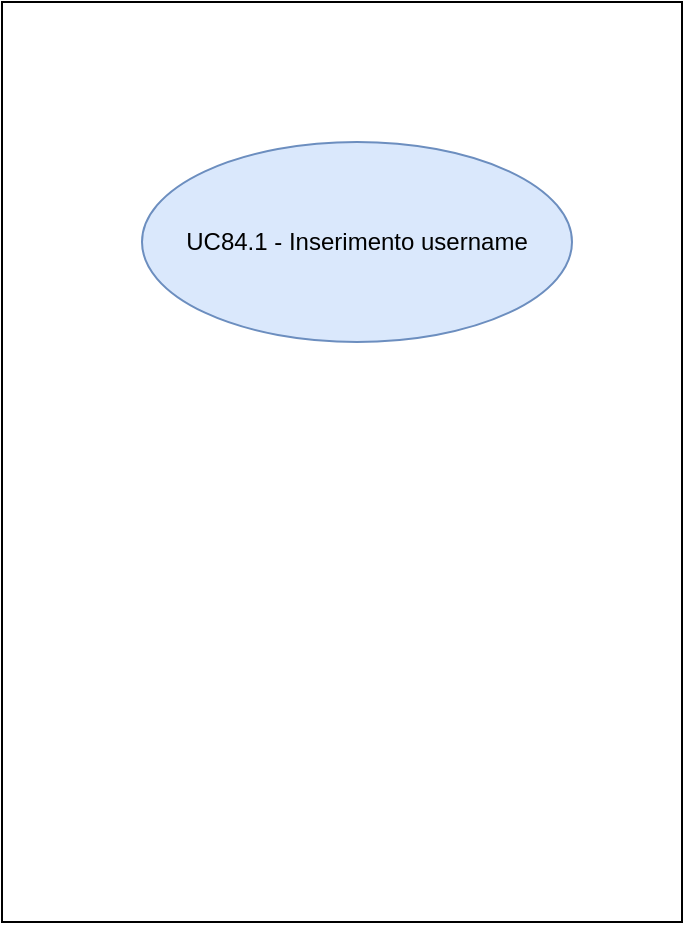
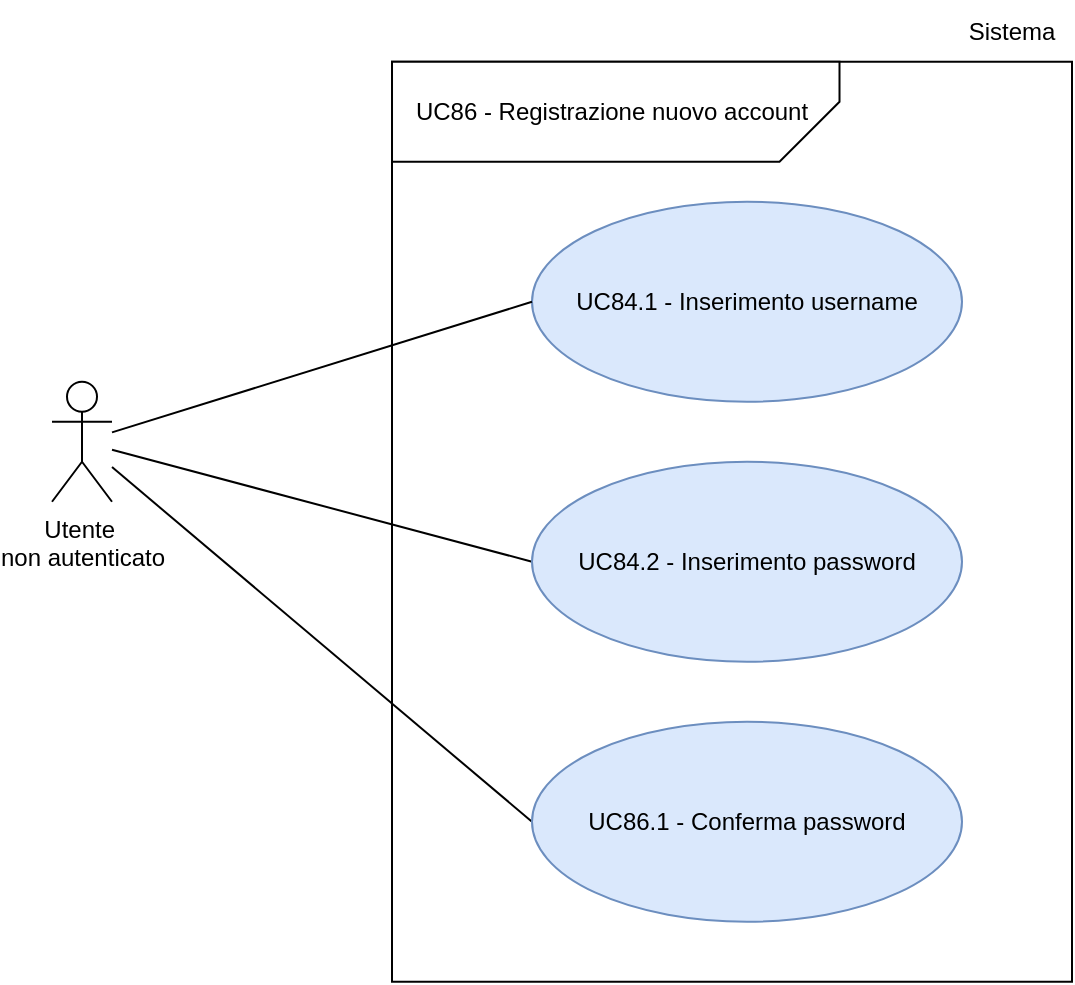
- <mxfile host="Electron" agent="Mozilla/5.0 (Macintosh; Intel Mac OS X 10_15_7) AppleWebKit/537.36 (KHTML, like Gecko) draw.io/29.6.6 Chrome/144.0.7559.236 Electron/40.8.4 Safari/537.36" version="29.6.6">
-   <diagram name="Page-1" id="4xtho81ADt9NAkVEL4nd">
-     <mxGraphModel dx="976" dy="656" grid="1" gridSize="10" guides="1" tooltips="1" connect="1" arrows="1" fold="1" page="1" pageScale="1" pageWidth="850" pageHeight="1100" math="0" shadow="0">
+ <mxfile host="app.diagrams.net">
+   <diagram name="Page-1" id="S9Sk4aXiUNMs9s_fJHhJ">
+     <mxGraphModel dx="1912" dy="1118" grid="1" gridSize="10" guides="1" tooltips="1" connect="1" arrows="1" fold="1" page="1" pageScale="1" pageWidth="850" pageHeight="1100" math="0" shadow="0">
      <root>
        <mxCell id="0" />
        <mxCell id="1" parent="0" />
-         <mxCell id="StCBPmpuHo7DJ7ayqhCM-1" parent="1" style="rounded=0;whiteSpace=wrap;html=1;" value="" vertex="1">
-           <mxGeometry height="460" width="340" x="310" y="180" as="geometry" />
+         <mxCell id="B4opXix7NniQV_eAezjW-1" parent="1" style="rounded=0;whiteSpace=wrap;html=1;" value="" vertex="1">
+           <mxGeometry height="460" width="340" x="330" y="266.87" as="geometry" />
        </mxCell>
-         <mxCell id="StCBPmpuHo7DJ7ayqhCM-2" parent="1" style="ellipse;whiteSpace=wrap;html=1;fillColor=#dae8fc;strokeColor=#6c8ebf;" value="UC84.1 - Inserimento username" vertex="1">
-           <mxGeometry height="100" width="215" x="380" y="250" as="geometry" />
+         <mxCell id="B4opXix7NniQV_eAezjW-2" parent="1" style="ellipse;whiteSpace=wrap;html=1;fillColor=#dae8fc;strokeColor=#6c8ebf;" value="UC84.1 - Inserimento username" vertex="1">
+           <mxGeometry height="100" width="215" x="400" y="336.87" as="geometry" />
        </mxCell>
-         <mxCell id="StCBPmpuHo7DJ7ayqhCM-4" edge="1" parent="1" source="StCBPmpuHo7DJ7ayqhCM-3" style="rounded=0;orthogonalLoop=1;jettySize=auto;html=1;endArrow=none;endFill=0;entryX=0;entryY=0.5;entryDx=0;entryDy=0;" target="StCBPmpuHo7DJ7ayqhCM-2">
+         <mxCell id="B4opXix7NniQV_eAezjW-3" edge="1" parent="1" source="B4opXix7NniQV_eAezjW-6" style="rounded=0;orthogonalLoop=1;jettySize=auto;html=1;endArrow=none;endFill=0;entryX=0;entryY=0.5;entryDx=0;entryDy=0;" target="B4opXix7NniQV_eAezjW-2">
          <mxGeometry relative="1" as="geometry" />
        </mxCell>
-         <mxCell id="jaEmoDdwr42s-Wh7kGPf-13" edge="1" parent="1" source="StCBPmpuHo7DJ7ayqhCM-3" style="rounded=0;orthogonalLoop=1;jettySize=auto;html=1;entryX=0;entryY=0.5;entryDx=0;entryDy=0;endArrow=none;endFill=0;" target="jaEmoDdwr42s-Wh7kGPf-11">
+         <mxCell id="B4opXix7NniQV_eAezjW-4" edge="1" parent="1" source="B4opXix7NniQV_eAezjW-6" style="rounded=0;orthogonalLoop=1;jettySize=auto;html=1;entryX=0;entryY=0.5;entryDx=0;entryDy=0;endArrow=none;endFill=0;" target="B4opXix7NniQV_eAezjW-10">
          <mxGeometry relative="1" as="geometry" />
        </mxCell>
-         <mxCell id="ssOFu9crJtmsMcYIbcvY-2" edge="1" parent="1" source="StCBPmpuHo7DJ7ayqhCM-3" style="rounded=0;orthogonalLoop=1;jettySize=auto;html=1;entryX=0;entryY=0.5;entryDx=0;entryDy=0;endArrow=none;endFill=0;" target="ssOFu9crJtmsMcYIbcvY-1">
+         <mxCell id="B4opXix7NniQV_eAezjW-5" edge="1" parent="1" source="B4opXix7NniQV_eAezjW-6" style="rounded=0;orthogonalLoop=1;jettySize=auto;html=1;entryX=0;entryY=0.5;entryDx=0;entryDy=0;endArrow=none;endFill=0;" target="B4opXix7NniQV_eAezjW-11">
          <mxGeometry relative="1" as="geometry" />
        </mxCell>
- <<<<<<< HEAD
-         <mxCell id="StCBPmpuHo7DJ7ayqhCM-3" parent="1" style="shape=umlActor;verticalLabelPosition=bottom;verticalAlign=top;html=1;outlineConnect=0;" value="Utente&amp;nbsp;&lt;div&gt;non riconosciuto&lt;/div&gt;" vertex="1">
- =======
-         <mxCell id="StCBPmpuHo7DJ7ayqhCM-3" parent="1" style="shape=umlActor;verticalLabelPosition=bottom;verticalAlign=top;html=1;outlineConnect=0;" value="Utente&amp;nbsp;&lt;div&gt;non autenticato&lt;/div&gt;" vertex="1">
- >>>>>>> origin/main
-           <mxGeometry height="60" width="30" x="140" y="340" as="geometry" />
+         <mxCell id="B4opXix7NniQV_eAezjW-6" parent="1" style="shape=umlActor;verticalLabelPosition=bottom;verticalAlign=top;html=1;outlineConnect=0;" value="Utente&amp;nbsp;&lt;div&gt;non autenticato&lt;/div&gt;" vertex="1">
+           <mxGeometry height="60" width="30" x="160" y="426.87" as="geometry" />
        </mxCell>
-         <mxCell id="StCBPmpuHo7DJ7ayqhCM-5" parent="1" style="text;html=1;whiteSpace=wrap;strokeColor=none;fillColor=none;align=center;verticalAlign=middle;rounded=0;" value="Sistema" vertex="1">
-           <mxGeometry height="30" width="60" x="590" y="150" as="geometry" />
+         <mxCell id="B4opXix7NniQV_eAezjW-7" parent="1" style="text;html=1;whiteSpace=wrap;strokeColor=none;fillColor=none;align=center;verticalAlign=middle;rounded=0;" value="Sistema" vertex="1">
+           <mxGeometry height="30" width="60" x="610" y="236.87" as="geometry" />
        </mxCell>
-         <mxCell id="jaEmoDdwr42s-Wh7kGPf-9" parent="1" style="shape=card;whiteSpace=wrap;html=1;rotation=-90;flipH=0;legacyAnchorPoints=0;flipV=1;" value="" vertex="1">
-           <mxGeometry height="223.75" width="50" x="396.88" y="93.13" as="geometry" />
+         <mxCell id="B4opXix7NniQV_eAezjW-8" parent="1" style="shape=card;whiteSpace=wrap;html=1;rotation=-90;flipH=0;legacyAnchorPoints=0;flipV=1;" value="" vertex="1">
+           <mxGeometry height="223.75" width="50" x="416.88" y="180" as="geometry" />
        </mxCell>
-         <mxCell id="jaEmoDdwr42s-Wh7kGPf-10" parent="1" style="text;html=1;whiteSpace=wrap;strokeColor=none;fillColor=none;align=center;verticalAlign=middle;rounded=0;fontSize=12;" value="UC86 - Registrazione nuovo account" vertex="1">
-           <mxGeometry height="30" width="200" x="320" y="190" as="geometry" />
+         <mxCell id="B4opXix7NniQV_eAezjW-9" parent="1" style="text;html=1;whiteSpace=wrap;strokeColor=none;fillColor=none;align=center;verticalAlign=middle;rounded=0;fontSize=12;" value="UC86 - Registrazione nuovo account" vertex="1">
+           <mxGeometry height="30" width="200" x="340" y="276.87" as="geometry" />
        </mxCell>
-         <mxCell id="jaEmoDdwr42s-Wh7kGPf-11" parent="1" style="ellipse;whiteSpace=wrap;html=1;fillColor=#dae8fc;strokeColor=#6c8ebf;" value="UC84.2 - Inserimento password" vertex="1">
-           <mxGeometry height="100" width="215" x="380" y="380" as="geometry" />
+         <mxCell id="B4opXix7NniQV_eAezjW-10" parent="1" style="ellipse;whiteSpace=wrap;html=1;fillColor=#dae8fc;strokeColor=#6c8ebf;" value="UC84.2 - Inserimento password" vertex="1">
+           <mxGeometry height="100" width="215" x="400" y="466.87" as="geometry" />
        </mxCell>
-         <mxCell id="ssOFu9crJtmsMcYIbcvY-1" parent="1" style="ellipse;whiteSpace=wrap;html=1;fillColor=#dae8fc;strokeColor=#6c8ebf;" value="UC84.3 - Conferma password" vertex="1">
-           <mxGeometry height="100" width="215" x="380" y="510" as="geometry" />
+         <mxCell id="B4opXix7NniQV_eAezjW-11" parent="1" style="ellipse;whiteSpace=wrap;html=1;fillColor=#dae8fc;strokeColor=#6c8ebf;" value="UC86.1 - Conferma password" vertex="1">
+           <mxGeometry height="100" width="215" x="400" y="596.87" as="geometry" />
        </mxCell>
      </root>
    </mxGraphModel>
  </diagram>
</mxfile>
